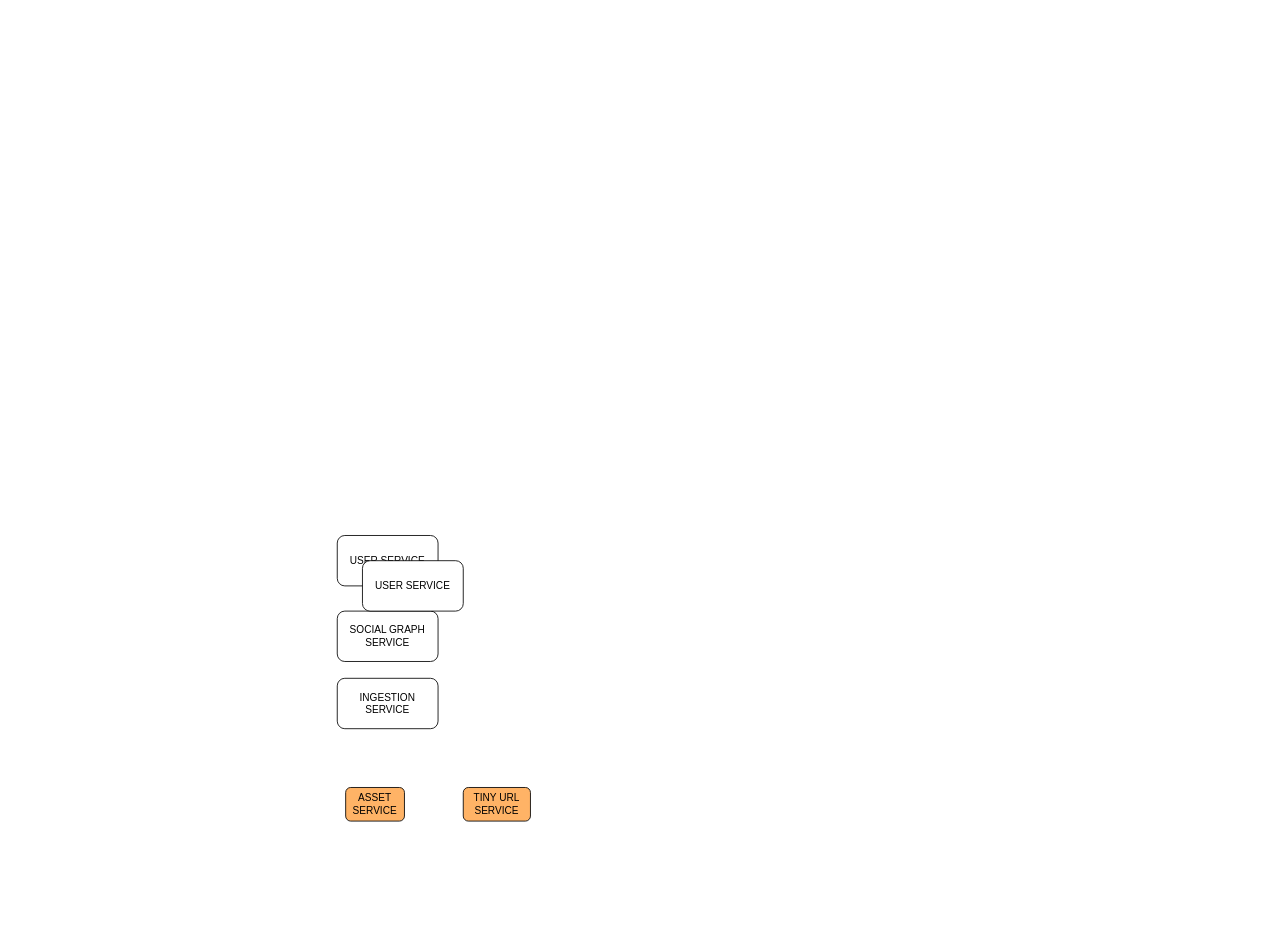
Earlier version of the draw.io diagram page "Page-1" (1 of 2) of Untitled Diagram.drawio (smittal1209/system-design-diagram). Source tidied: cells renumbered, new cells numbered last; positions are measured from the earlier drawing's top-left corner, leaving out a move shared by most shapes. Both pictures are drawn from the tidied source at 84%, with x=0, y=0 at pixel (337, 535). Pictures stored in the file or linked from it are replaced by grey dashed boxes.
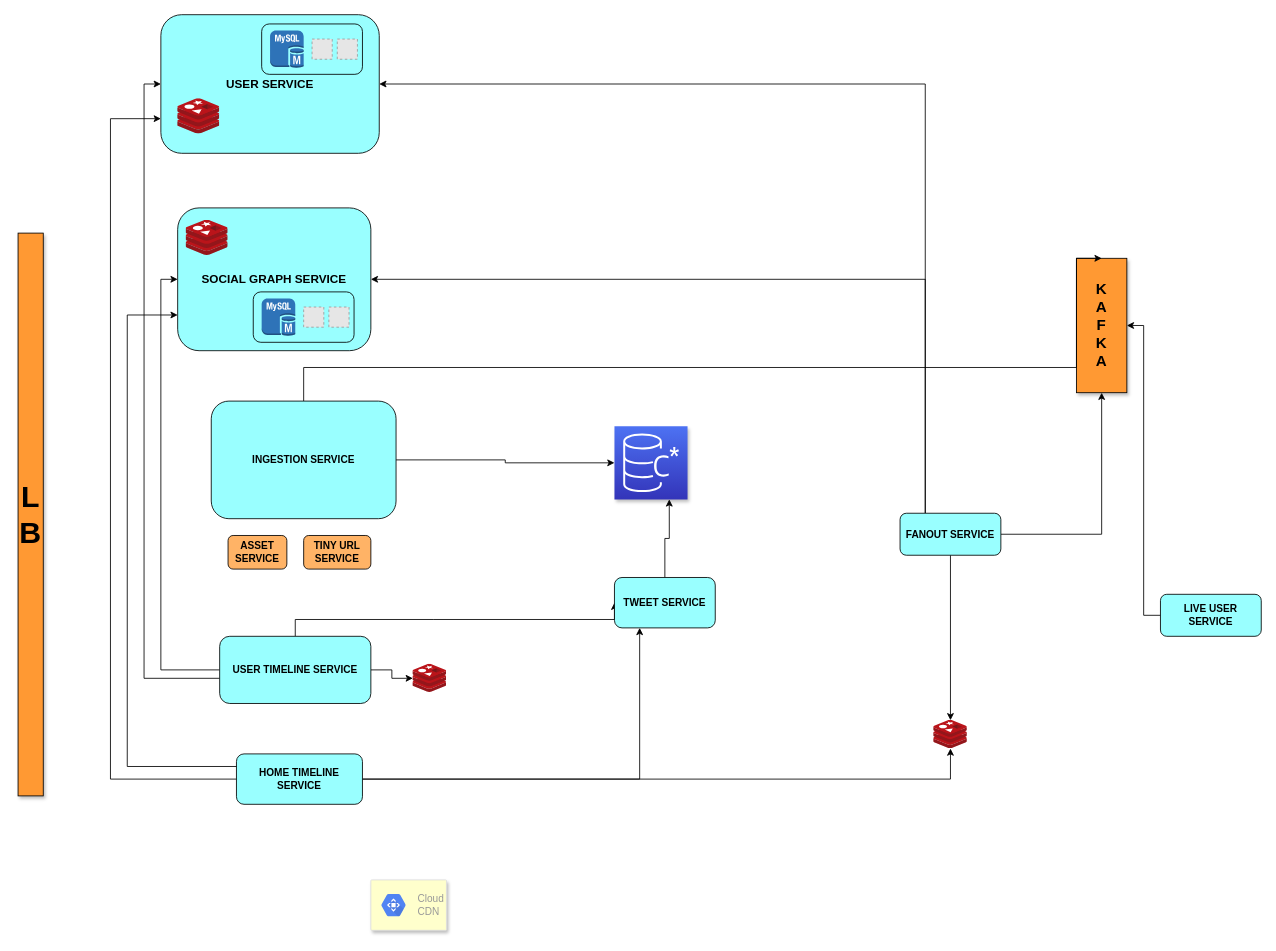
The same diagram, later.

The edit, as a diff of the source:
```diff
@@
+    <mxCell id="8" style="edgeStyle=orthogonalEdgeStyle;rounded=0;jettySize=auto;html=1;shadow=0;entryX=0;entryY=0.5;entryDx=0;entryDy=0;entryPerimeter=0;" parent="1" edge="1" source="4" target="30">
+      <mxGeometry relative="1" as="geometry" />
+    </mxCell>
+    <mxCell id="9" style="edgeStyle=orthogonalEdgeStyle;rounded=0;jettySize=auto;html=1;shadow=0;entryX=0.25;entryY=1;entryDx=0;entryDy=0;" parent="1" edge="1" source="12" target="20">
+      <mxGeometry relative="1" as="geometry" />
+    </mxCell>
+    <mxCell id="10" style="edgeStyle=orthogonalEdgeStyle;rounded=0;jettySize=auto;html=1;shadow=0;" parent="1" edge="1" source="12" target="26">
+      <mxGeometry relative="1" as="geometry" />
+    </mxCell>
+    <mxCell id="11" style="edgeStyle=orthogonalEdgeStyle;rounded=0;jettySize=auto;html=1;entryX=0;entryY=0.75;entryDx=0;entryDy=0;shadow=0;" parent="1" edge="1" source="12" target="2">
+      <mxGeometry relative="1" as="geometry">
+        <Array as="points">
+          <mxPoint x="-270" y="290" />
+          <mxPoint x="-270" y="-496" />
+        </Array>
+      </mxGeometry>
+    </mxCell>
+    <mxCell id="12" value="HOME TIMELINE SERVICE" style="rounded=1;whiteSpace=wrap;html=1;fillColor=#99FFFF;fontStyle=1;" parent="1" vertex="1">
+      <mxGeometry x="-120" y="260" width="150" height="60" as="geometry" />
+    </mxCell>
+    <mxCell id="13" style="edgeStyle=orthogonalEdgeStyle;rounded=0;jettySize=auto;html=1;entryX=0;entryY=0.5;entryDx=0;entryDy=0;shadow=0;" parent="1" edge="1" source="17" target="20">
+      <mxGeometry relative="1" as="geometry">
+        <Array as="points">
+          <mxPoint x="115" y="100" />
+          <mxPoint x="384" y="100" />
+        </Array>
+      </mxGeometry>
+    </mxCell>
+    <mxCell id="14" style="edgeStyle=orthogonalEdgeStyle;rounded=0;jettySize=auto;html=1;shadow=0;" parent="1" edge="1" source="17" target="31">
+      <mxGeometry relative="1" as="geometry" />
+    </mxCell>
+    <mxCell id="15" style="edgeStyle=orthogonalEdgeStyle;rounded=0;jettySize=auto;html=1;shadow=0;entryX=0;entryY=0.5;entryDx=0;entryDy=0;" parent="1" edge="1" source="17" target="2">
+      <mxGeometry relative="1" as="geometry">
+        <Array as="points">
+          <mxPoint x="-230" y="170" />
+          <mxPoint x="-230" y="-537" />
+        </Array>
+      </mxGeometry>
+    </mxCell>
+    <mxCell id="16" style="edgeStyle=orthogonalEdgeStyle;rounded=0;jettySize=auto;html=1;entryX=0;entryY=0.5;entryDx=0;entryDy=0;shadow=0;" parent="1" edge="1" source="17" target="3">
+      <mxGeometry relative="1" as="geometry">
+        <Array as="points">
+          <mxPoint x="-210" y="160" />
+          <mxPoint x="-210" y="-305" />
+        </Array>
+      </mxGeometry>
+    </mxCell>
+    <mxCell id="17" value="USER TIMELINE SERVICE" style="rounded=1;whiteSpace=wrap;html=1;fillColor=#99FFFF;fontStyle=1;" parent="1" vertex="1">
+      <mxGeometry x="-140" y="120" width="180" height="80" as="geometry" />
+    </mxCell>
+    <mxCell id="18" value="&lt;font style=&quot;font-size: 36px&quot;&gt;L&lt;br&gt;B&lt;/font&gt;" style="rounded=0;whiteSpace=wrap;html=1;shadow=1;fillColor=#FF9933;fontStyle=1;" parent="1" vertex="1">
+      <mxGeometry x="-380" y="-360" width="30" height="670" as="geometry" />
+    </mxCell>
+    <mxCell id="19" style="edgeStyle=orthogonalEdgeStyle;rounded=0;jettySize=auto;html=1;entryX=0.75;entryY=1;entryDx=0;entryDy=0;entryPerimeter=0;shadow=0;" parent="1" edge="1" source="20" target="30">
+      <mxGeometry relative="1" as="geometry" />
+    </mxCell>
+    <mxCell id="20" value="TWEET SERVICE" style="rounded=1;whiteSpace=wrap;html=1;fillColor=#99FFFF;fontStyle=1;" parent="1" vertex="1">
+      <mxGeometry x="330" y="50" width="120" height="60" as="geometry" />
+    </mxCell>
+    <mxCell id="21" style="edgeStyle=orthogonalEdgeStyle;rounded=0;jettySize=auto;html=1;shadow=0;" parent="1" edge="1" source="25" target="26">
+      <mxGeometry relative="1" as="geometry" />
+    </mxCell>
+    <mxCell id="22" style="edgeStyle=orthogonalEdgeStyle;rounded=0;jettySize=auto;html=1;shadow=0;entryX=0.5;entryY=1;entryDx=0;entryDy=0;" parent="1" edge="1" source="25" target="27">
+      <mxGeometry relative="1" as="geometry" />
+    </mxCell>
+    <mxCell id="23" style="edgeStyle=orthogonalEdgeStyle;rounded=0;jettySize=auto;html=1;exitX=0.25;exitY=0;exitDx=0;exitDy=0;entryX=1;entryY=0.5;entryDx=0;entryDy=0;shadow=0;" parent="1" edge="1" source="25" target="2">
+      <mxGeometry relative="1" as="geometry">
+        <Array as="points">
+          <mxPoint x="700" y="-537" />
+        </Array>
+      </mxGeometry>
+    </mxCell>
+    <mxCell id="24" style="edgeStyle=orthogonalEdgeStyle;rounded=0;jettySize=auto;html=1;entryX=1;entryY=0.5;entryDx=0;entryDy=0;shadow=0;" parent="1" edge="1" source="25" target="3">
+      <mxGeometry relative="1" as="geometry">
+        <Array as="points">
+          <mxPoint x="700" y="-305" />
+        </Array>
+      </mxGeometry>
+    </mxCell>
+    <mxCell id="25" value="FANOUT SERVICE" style="rounded=1;whiteSpace=wrap;html=1;fillColor=#99FFFF;fontStyle=1;" parent="1" vertex="1">
+      <mxGeometry x="670" y="-26.5" width="120" height="50" as="geometry" />
+    </mxCell>
+    <mxCell id="26" style="html=1;points=[];align=center;image;fontSize=12;image=img/lib/mscae/Cache_Redis_Product.svg;fillColor=#99FFFF;fontStyle=1;" parent="1" vertex="1">
+      <mxGeometry x="710" y="220" width="40" height="33.6" as="geometry" />
+    </mxCell>
+    <mxCell id="27" value="&lt;font style=&quot;font-size: 18px&quot;&gt;K&lt;br&gt;A&lt;br&gt;F&lt;br&gt;K&lt;br&gt;A&lt;/font&gt;" style="rounded=0;whiteSpace=wrap;html=1;shadow=1;fillColor=#FF9933;fontStyle=1;" parent="1" vertex="1">
+      <mxGeometry x="880" y="-330" width="60" height="160" as="geometry" />
+    </mxCell>
+    <mxCell id="28" style="strokeColor=#dddddd;shadow=1;strokeWidth=1;rounded=1;absoluteArcSize=1;arcSize=2;fillColor=#FFFFCC;" parent="1" vertex="1">
+      <mxGeometry x="40" y="410" width="90" height="60" as="geometry" />
+    </mxCell>
+    <mxCell id="29" value="Cloud &#10;CDN" style="dashed=0;html=1;fillColor=#5184F3;strokeColor=none;shape=mxgraph.gcp2.hexIcon;prIcon=cloud_cdn;labelPosition=right;verticalLabelPosition=middle;align=left;verticalAlign=middle;spacingLeft=5;fontColor=#999999;fontSize=12;" parent="28" vertex="1">
+      <mxGeometry y="0.5" width="44" height="39" relative="1" as="geometry">
+        <mxPoint x="5" y="-19.5" as="offset" />
+      </mxGeometry>
+    </mxCell>
+    <mxCell id="30" style="points=[[0,0,0],[0.25,0,0],[0.5,0,0],[0.75,0,0],[1,0,0],[0,1,0],[0.25,1,0],[0.5,1,0],[0.75,1,0],[1,1,0],[0,0.25,0],[0,0.5,0],[0,0.75,0],[1,0.25,0],[1,0.5,0],[1,0.75,0]];outlineConnect=0;fontColor=#232F3E;gradientColor=#4D72F3;gradientDirection=north;fillColor=#3334B9;strokeColor=#ffffff;dashed=0;verticalLabelPosition=bottom;verticalAlign=top;align=center;html=1;fontSize=12;fontStyle=0;shape=mxgraph.aws4.resourceIcon;resIcon=mxgraph.aws4.managed_apache_cassandra_service;shadow=1;" parent="1" vertex="1">
+      <mxGeometry x="330" y="-130" width="87" height="87" as="geometry" />
+    </mxCell>
+    <mxCell id="31" style="html=1;points=[];align=center;image;fontSize=12;image=img/lib/mscae/Cache_Redis_Product.svg;fillColor=#99FFFF;fontStyle=1;" parent="1" vertex="1">
+      <mxGeometry x="90" y="153.2" width="40" height="33.6" as="geometry" />
+    </mxCell>
+    <mxCell id="32" style="group;" parent="1" vertex="1">
+      <mxGeometry x="-210" y="-620" width="260" height="165" as="geometry" />
+    </mxCell>
-    <mxCell id="2" value="USER SERVICE" style="rounded=1;whiteSpace=wrap;html=1;" parent="1" vertex="1">
-      <mxGeometry width="120" height="60" as="geometry" />
+    <mxCell id="2" value="&lt;font style=&quot;font-size: 14px&quot;&gt;USER SERVICE&lt;/font&gt;" style="rounded=1;whiteSpace=wrap;html=1;fillColor=#99FFFF;fontStyle=1;" parent="32" vertex="1">
+      <mxGeometry width="260" height="165" as="geometry" />
     </mxCell>
+    <mxCell id="33" style="html=1;align=center;image;fontSize=12;image=img/lib/mscae/Cache_Redis_Product.svg;fillColor=#99FFFF;fontStyle=1;" parent="32" vertex="1">
+      <mxGeometry x="20" y="100" width="50" height="42" as="geometry" />
+    </mxCell>
+    <mxCell id="34" style="group;fontStyle=1;" parent="32" vertex="1">
+      <mxGeometry x="120" y="11" width="120" height="60" as="geometry" />
+    </mxCell>
+    <mxCell id="5" style="rounded=1;whiteSpace=wrap;html=1;fillColor=#99FFFF;fontStyle=1;" parent="34" vertex="1">
+      <mxGeometry width="120" height="60" as="geometry" />
+    </mxCell>
+    <mxCell id="35" style="dashed=0;verticalLabelPosition=bottom;verticalAlign=top;align=center;html=1;shape=mxgraph.aws3.mysql_db_instance;fillColor=#2E73B8;gradientColor=none;fontStyle=1;" parent="34" vertex="1">
+      <mxGeometry x="10" y="7.8" width="40" height="44.5" as="geometry" />
+    </mxCell>
+    <mxCell id="36" style="fillColor=#E6E6E6;strokeColor=#999999;dashed=1;html=1;verticalAlign=top;verticalLabelPosition=bottom;labelBackgroundColor=#ffffff;fontStyle=1;" parent="34" vertex="1">
+      <mxGeometry x="90" y="18" width="24" height="24" as="geometry" />
+    </mxCell>
+    <mxCell id="37" style="fillColor=#E6E6E6;strokeColor=#999999;dashed=1;html=1;verticalAlign=top;verticalLabelPosition=bottom;labelBackgroundColor=#ffffff;fontStyle=1;" parent="34" vertex="1">
+      <mxGeometry x="60" y="18" width="24" height="24" as="geometry" />
+    </mxCell>
+    <mxCell id="38" style="group;" parent="1" vertex="1">
+      <mxGeometry x="-190" y="-390" width="230" height="170" as="geometry" />
+    </mxCell>
-    <mxCell id="3" value="SOCIAL GRAPH SERVICE" style="rounded=1;whiteSpace=wrap;html=1;" parent="1" vertex="1">
-      <mxGeometry y="90" width="120" height="60" as="geometry" />
+    <mxCell id="3" value="&lt;font style=&quot;font-size: 14px&quot;&gt;SOCIAL GRAPH SERVICE&lt;/font&gt;" style="rounded=1;whiteSpace=wrap;html=1;fillColor=#99FFFF;fontStyle=1;" parent="38" vertex="1">
+      <mxGeometry width="230" height="170" as="geometry" />
     </mxCell>
+    <mxCell id="39" style="group;fontStyle=1;" parent="38" vertex="1">
+      <mxGeometry x="90" y="100" width="120" height="60" as="geometry" />
+    </mxCell>
+    <mxCell id="40" style="rounded=1;whiteSpace=wrap;html=1;fillColor=#99FFFF;fontStyle=1;" parent="39" vertex="1">
+      <mxGeometry width="120" height="60" as="geometry" />
+    </mxCell>
+    <mxCell id="41" style="dashed=0;verticalLabelPosition=bottom;verticalAlign=top;align=center;html=1;shape=mxgraph.aws3.mysql_db_instance;fillColor=#2E73B8;gradientColor=none;fontStyle=1;" parent="39" vertex="1">
+      <mxGeometry x="10" y="7.8" width="40" height="44.5" as="geometry" />
+    </mxCell>
+    <mxCell id="42" style="fillColor=#E6E6E6;strokeColor=#999999;dashed=1;html=1;verticalAlign=top;verticalLabelPosition=bottom;labelBackgroundColor=#ffffff;fontStyle=1;" parent="39" vertex="1">
+      <mxGeometry x="90" y="18" width="24" height="24" as="geometry" />
+    </mxCell>
+    <mxCell id="43" style="fillColor=#E6E6E6;strokeColor=#999999;dashed=1;html=1;verticalAlign=top;verticalLabelPosition=bottom;labelBackgroundColor=#ffffff;fontStyle=1;" parent="39" vertex="1">
+      <mxGeometry x="60" y="18" width="24" height="24" as="geometry" />
+    </mxCell>
+    <mxCell id="44" style="html=1;align=center;image;fontSize=12;image=img/lib/mscae/Cache_Redis_Product.svg;fillColor=#99FFFF;fontStyle=1;" parent="38" vertex="1">
+      <mxGeometry x="10" y="14.5" width="50" height="42" as="geometry" />
+    </mxCell>
+    <mxCell id="45" style="edgeStyle=orthogonalEdgeStyle;rounded=0;jettySize=auto;html=1;shadow=0;entryX=0.5;entryY=0;entryDx=0;entryDy=0;" parent="1" edge="1" source="4" target="27">
+      <mxGeometry relative="1" as="geometry">
+        <Array as="points">
+          <mxPoint x="-40" y="-200" />
+          <mxPoint x="880" y="-200" />
+        </Array>
+      </mxGeometry>
+    </mxCell>
+    <mxCell id="46" style="group;" parent="1" vertex="1">
+      <mxGeometry x="-150" y="-160" width="220" height="200" as="geometry" />
+    </mxCell>
-    <mxCell id="4" value="INGESTION SERVICE" style="rounded=1;whiteSpace=wrap;html=1;" parent="1" vertex="1">
-      <mxGeometry y="170" width="120" height="60" as="geometry" />
+    <mxCell id="4" value="INGESTION SERVICE" style="rounded=1;whiteSpace=wrap;html=1;fillColor=#99FFFF;fontStyle=1;" parent="46" vertex="1">
+      <mxGeometry width="220" height="140" as="geometry" />
     </mxCell>
-    <mxCell id="5" value="USER SERVICE" style="rounded=1;whiteSpace=wrap;html=1;" parent="1" vertex="1">
-      <mxGeometry x="30" y="30" width="120" height="60" as="geometry" />
-    </mxCell>
-    <mxCell id="6" value="ASSET SERVICE" style="rounded=1;whiteSpace=wrap;html=1;fillColor=#FFB366;" parent="1" vertex="1">
-      <mxGeometry x="10" y="300" width="70" height="40" as="geometry" />
+    <mxCell id="6" value="ASSET SERVICE" style="rounded=1;whiteSpace=wrap;html=1;fillColor=#FFB366;fontStyle=1;" parent="46" vertex="1">
+      <mxGeometry x="20" y="160" width="70" height="40" as="geometry" />
     </mxCell>
-    <mxCell id="7" value="TINY URL SERVICE" style="rounded=1;whiteSpace=wrap;html=1;fillColor=#FFB366;" parent="1" vertex="1">
-      <mxGeometry x="150" y="300" width="80" height="40" as="geometry" />
+    <mxCell id="7" value="TINY URL SERVICE" style="rounded=1;whiteSpace=wrap;html=1;fillColor=#FFB366;fontStyle=1;" parent="46" vertex="1">
+      <mxGeometry x="110" y="160" width="80" height="40" as="geometry" />
     </mxCell>
+    <mxCell id="47" style="edgeStyle=orthogonalEdgeStyle;rounded=0;jettySize=auto;html=1;entryX=0;entryY=0.75;entryDx=0;entryDy=0;shadow=0;" parent="1" edge="1" target="3">
+      <mxGeometry relative="1" as="geometry">
+        <mxPoint x="-120" y="275" as="sourcePoint" />
+        <Array as="points">
+          <mxPoint x="-250" y="275" />
+          <mxPoint x="-250" y="-262" />
+        </Array>
+      </mxGeometry>
+    </mxCell>
+    <mxCell id="48" style="edgeStyle=orthogonalEdgeStyle;rounded=0;jettySize=auto;html=1;exitX=0;exitY=0.5;exitDx=0;exitDy=0;entryX=1;entryY=0.5;entryDx=0;entryDy=0;shadow=0;" parent="1" edge="1" source="49" target="27">
+      <mxGeometry relative="1" as="geometry" />
+    </mxCell>
+    <mxCell id="49" value="LIVE USER SERVICE" style="rounded=1;whiteSpace=wrap;html=1;fillColor=#99FFFF;fontStyle=1;" parent="1" vertex="1">
+      <mxGeometry x="980" y="70" width="120" height="50" as="geometry" />
+    </mxCell>
```
